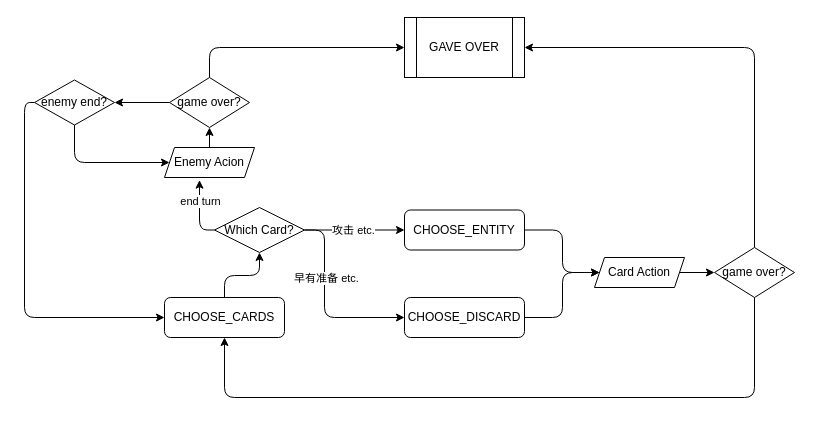
FrozenStream/python-sts-gym keeps this draw.io diagram as stages.drawio. Above is the earlier version. Source tidied: cells renumbered, new cells numbered last; positions are measured from the earlier drawing's top-left corner, leaving out a move shared by most shapes. Both pictures are drawn from the tidied source at 100%, with x=0, y=0 at pixel (34, 17).
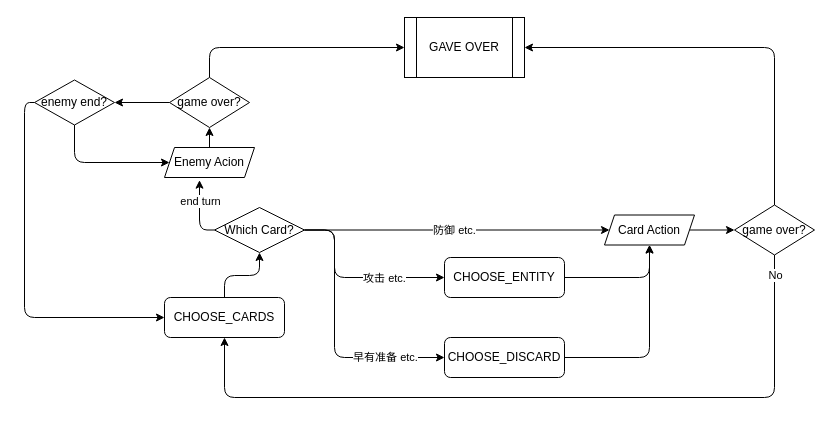
The same page after the edit.

Unchanged cells that the change refers to:
```xml
<mxCell id="12" style="edgeStyle=elbowEdgeStyle;html=1;exitX=0.5;exitY=1;exitDx=0;exitDy=0;entryX=0.5;entryY=1;entryDx=0;entryDy=0;elbow=vertical;" parent="1" edge="1" source="27" target="9">
  <mxGeometry relative="1" as="geometry">
    <Array as="points">
      <mxPoint x="420" y="380" />
    </Array>
  </mxGeometry>
</mxCell>
<mxCell id="28" value="Which Card?" style="rhombus;whiteSpace=wrap;html=1;" parent="1" vertex="1">
  <mxGeometry x="180" y="190" width="90" height="45" as="geometry" />
</mxCell>
```

The edit, as a diff of the source:
```diff
@@
     <mxCell id="4" style="edgeStyle=elbowEdgeStyle;html=1;exitX=1;exitY=0.5;exitDx=0;exitDy=0;entryX=0;entryY=0.5;entryDx=0;entryDy=0;" parent="1" edge="1" source="28" target="11">
       <mxGeometry relative="1" as="geometry">
         <Array as="points">
-          <mxPoint x="310" y="213" />
+          <mxPoint x="300" y="240" />
         </Array>
       </mxGeometry>
     </mxCell>
     <mxCell id="5" value="攻击 etc." style="edgeLabel;html=1;align=center;verticalAlign=middle;" parent="4" vertex="1">
       <mxGeometry x="-0.04" y="-1" relative="1" as="geometry">
-        <mxPoint y="-1" as="offset" />
+        <mxPoint x="37" y="-1" as="offset" />
       </mxGeometry>
     </mxCell>
     <mxCell id="6" style="edgeStyle=elbowEdgeStyle;html=1;entryX=0;entryY=0.5;entryDx=0;entryDy=0;exitX=1;exitY=0.5;exitDx=0;exitDy=0;" parent="1" edge="1" source="28" target="14">
       <mxGeometry relative="1" as="geometry">
         <Array as="points">
-          <mxPoint x="290" y="250" />
+          <mxPoint x="300" y="290" />
         </Array>
       </mxGeometry>
     </mxCell>
     <mxCell id="7" value="早有准备 etc." style="edgeLabel;html=1;align=center;verticalAlign=middle;" parent="6" vertex="1">
       <mxGeometry x="0.01" y="2" relative="1" as="geometry">
-        <mxPoint x="-1" y="-27" as="offset" />
+        <mxPoint x="48" y="22" as="offset" />
       </mxGeometry>
     </mxCell>
@@
-    <mxCell id="10" style="edgeStyle=elbowEdgeStyle;html=1;exitX=1;exitY=0.5;exitDx=0;exitDy=0;entryX=0;entryY=0.5;entryDx=0;entryDy=0;" parent="1" edge="1" source="11" target="25">
-      <mxGeometry relative="1" as="geometry" />
+    <mxCell id="10" style="edgeStyle=elbowEdgeStyle;html=1;exitX=1;exitY=0.5;exitDx=0;exitDy=0;entryX=0.5;entryY=1;entryDx=0;entryDy=0;" parent="1" edge="1" source="11" target="25">
+      <mxGeometry relative="1" as="geometry">
+        <Array as="points">
+          <mxPoint x="615" y="240" />
+        </Array>
+      </mxGeometry>
     </mxCell>
     <mxCell id="11" value="CHOOSE_ENTITY" style="rounded=1;whiteSpace=wrap;html=1;" parent="1" vertex="1">
-      <mxGeometry x="370" y="192.5" width="120" height="40" as="geometry" />
+      <mxGeometry x="410" y="240" width="120" height="40" as="geometry" />
     </mxCell>
@@
+    <mxCell id="29" value="No" style="edgeLabel;html=1;align=center;verticalAlign=middle;" parent="12" vertex="1">
+      <mxGeometry x="-0.93" y="3" relative="1" as="geometry">
+        <mxPoint x="-3" y="-6" as="offset" />
+      </mxGeometry>
+    </mxCell>
-    <mxCell id="13" style="edgeStyle=elbowEdgeStyle;html=1;exitX=1;exitY=0.5;exitDx=0;exitDy=0;entryX=0;entryY=0.5;entryDx=0;entryDy=0;" parent="1" edge="1" source="14" target="25">
-      <mxGeometry relative="1" as="geometry" />
+    <mxCell id="13" style="edgeStyle=elbowEdgeStyle;html=1;exitX=1;exitY=0.5;exitDx=0;exitDy=0;entryX=0.5;entryY=1;entryDx=0;entryDy=0;" parent="1" edge="1" source="14" target="25">
+      <mxGeometry relative="1" as="geometry">
+        <Array as="points">
+          <mxPoint x="615" y="290" />
+        </Array>
+      </mxGeometry>
     </mxCell>
     <mxCell id="14" value="CHOOSE_DISCARD" style="rounded=1;whiteSpace=wrap;html=1;" parent="1" vertex="1">
-      <mxGeometry x="370" y="280" width="120" height="40" as="geometry" />
+      <mxGeometry x="410" y="320" width="120" height="40" as="geometry" />
     </mxCell>
@@
     <mxCell id="25" value="Card Action" style="shape=parallelogram;perimeter=parallelogramPerimeter;whiteSpace=wrap;html=1;fixedSize=1;size=10;" parent="1" vertex="1">
-      <mxGeometry x="560" y="240" width="90" height="30" as="geometry" />
+      <mxGeometry x="570" y="197.5" width="90" height="30" as="geometry" />
     </mxCell>
@@
     <mxCell id="27" value="game over?" style="rhombus;whiteSpace=wrap;html=1;" parent="1" vertex="1">
-      <mxGeometry x="680" y="230" width="80" height="50" as="geometry" />
+      <mxGeometry x="700" y="187.5" width="80" height="50" as="geometry" />
     </mxCell>
+    <mxCell id="30" style="edgeStyle=none;html=1;exitX=1;exitY=0.5;exitDx=0;exitDy=0;entryX=0;entryY=0.5;entryDx=0;entryDy=0;" parent="1" edge="1" source="28" target="25">
+      <mxGeometry relative="1" as="geometry" />
+    </mxCell>
+    <mxCell id="31" value="防御 etc." style="edgeLabel;html=1;align=center;verticalAlign=middle;" parent="30" vertex="1">
+      <mxGeometry x="-0.02" y="-2" relative="1" as="geometry">
+        <mxPoint y="-2" as="offset" />
+      </mxGeometry>
+    </mxCell>
```
